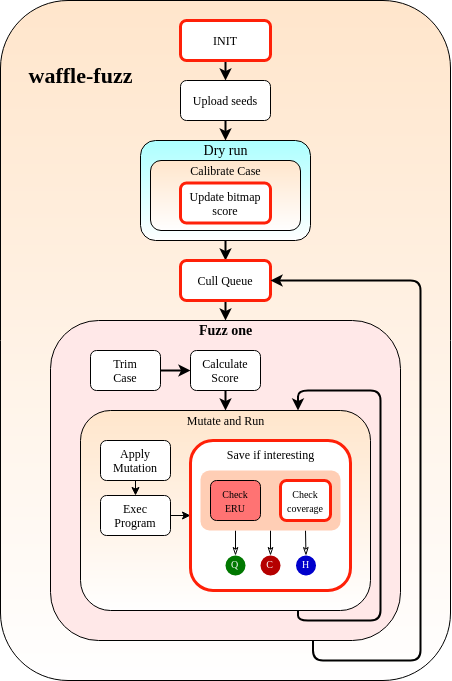
The draw.io diagram Images/Chapter3/waffle-fuzz-proc.png in behnamarbab/masterthesis, before a commit. Source tidied: cells renumbered, new cells last; positions are measured from the earlier drawing's top-left corner, leaving out a move shared by most shapes.
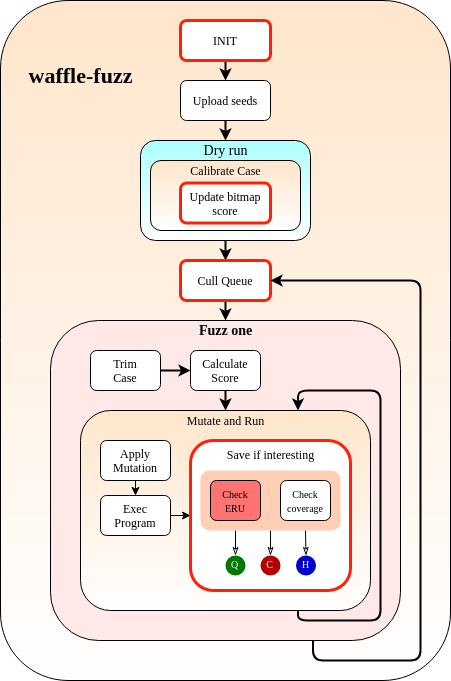
After the change.

Diff of the diagram source:
```diff
@@ -104,7 +104,7 @@
     <mxCell id="33" style="rounded=1;whiteSpace=wrap;html=1;shadow=0;glass=0;labelBackgroundColor=none;sketch=0;fontFamily=Georgia;fontSize=14;fontColor=#FFFFFF;strokeWidth=1;gradientColor=none;strokeColor=none;fillColor=#FFCEB5;" parent="1" vertex="1">
       <mxGeometry x="200" y="470" width="140" height="60" as="geometry" />
     </mxCell>
-    <mxCell id="34" value="&lt;font style=&quot;line-height: 80% ; font-size: 10px&quot;&gt;Check coverage&lt;/font&gt;" style="rounded=1;whiteSpace=wrap;html=1;fontFamily=Georgia;strokeColor=#FF2008;strokeWidth=3;spacingTop=0;" parent="1" vertex="1">
+    <mxCell id="34" value="&lt;font style=&quot;line-height: 80% ; font-size: 10px&quot;&gt;Check coverage&lt;/font&gt;" style="rounded=1;whiteSpace=wrap;html=1;fontFamily=Georgia;strokeWidth=1;spacingTop=0;" parent="1" vertex="1">
       <mxGeometry x="280" y="480" width="50" height="40" as="geometry" />
     </mxCell>
     <mxCell id="35" value="&lt;font style=&quot;font-size: 10px&quot;&gt;Check&lt;br&gt;ERU&lt;/font&gt;" style="rounded=1;whiteSpace=wrap;html=1;fontFamily=Georgia;fillColor=#FF7373;" parent="1" vertex="1">
```
